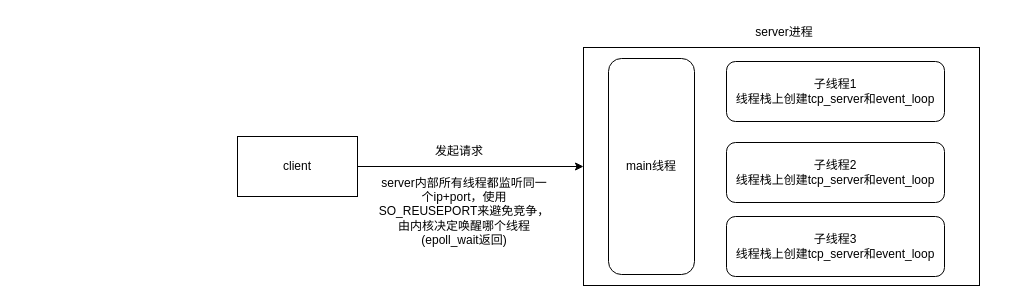
Above: page "Model-2" (3 of 6) of docs/easy_net.drawio in HLhuanglang/eNET (draw.io), before the change. Source tidied: cells renumbered, new cells numbered last; positions are measured from the earlier drawing's top-left corner, leaving out a move shared by most shapes. Both pictures are drawn from the tidied source at 100%, with x=0, y=0 at pixel (237, 17).
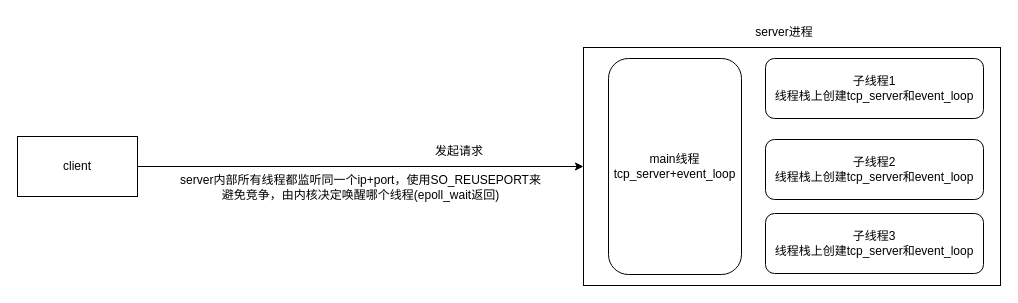
The same page after the edit.

The edit, as a diff of the source:
```diff
@@
 <mxGraphModel>
   <root>
     <mxCell id="0" />
     <mxCell id="1" parent="0" />
     <mxCell id="2" style="rounded=0;whiteSpace=wrap;html=1;shadow=0;sketch=0;" parent="1" vertex="1">
-      <mxGeometry x="346" y="30" width="396" height="238" as="geometry" />
+      <mxGeometry x="346" y="30" width="417" height="238" as="geometry" />
     </mxCell>
     <mxCell id="3" value="server进程" style="text;html=1;strokeColor=none;fillColor=none;align=center;verticalAlign=middle;whiteSpace=wrap;rounded=0;shadow=0;sketch=0;" parent="1" vertex="1">
       <mxGeometry x="517" width="60" height="30" as="geometry" />
     </mxCell>
-    <mxCell id="4" value="main线程" style="rounded=1;whiteSpace=wrap;html=1;shadow=0;sketch=0;" parent="1" vertex="1">
-      <mxGeometry x="371" y="41" width="86" height="216" as="geometry" />
+    <mxCell id="4" value="main线程&lt;br&gt;tcp_server+event_loop" style="rounded=1;whiteSpace=wrap;html=1;shadow=0;sketch=0;" parent="1" vertex="1">
+      <mxGeometry x="371" y="41" width="133" height="216" as="geometry" />
     </mxCell>
     <mxCell id="5" value="子线程1&lt;br&gt;线程栈上创建tcp_server和event_loop" style="rounded=1;whiteSpace=wrap;html=1;shadow=0;sketch=0;" parent="1" vertex="1">
-      <mxGeometry x="489" y="44" width="218" height="60" as="geometry" />
+      <mxGeometry x="528" y="41" width="218" height="60" as="geometry" />
     </mxCell>
     <mxCell id="6" value="子线程2&lt;br&gt;线程栈上创建tcp_server和event_loop" style="rounded=1;whiteSpace=wrap;html=1;shadow=0;sketch=0;" parent="1" vertex="1">
-      <mxGeometry x="489" y="125" width="218" height="60" as="geometry" />
+      <mxGeometry x="528" y="122" width="218" height="60" as="geometry" />
     </mxCell>
     <mxCell id="7" value="子线程3&lt;br&gt;线程栈上创建tcp_server和event_loop" style="rounded=1;whiteSpace=wrap;html=1;shadow=0;sketch=0;" parent="1" vertex="1">
-      <mxGeometry x="489" y="199" width="218" height="60" as="geometry" />
+      <mxGeometry x="528" y="196" width="218" height="60" as="geometry" />
     </mxCell>
     <mxCell id="8" style="edgeStyle=none;html=1;entryX=0;entryY=0.5;entryDx=0;entryDy=0;" parent="1" edge="1" source="9" target="2">
       <mxGeometry relative="1" as="geometry" />
     </mxCell>
     <mxCell id="9" value="client" style="rounded=0;whiteSpace=wrap;html=1;shadow=0;sketch=0;" parent="1" vertex="1">
-      <mxGeometry y="119" width="120" height="60" as="geometry" />
+      <mxGeometry x="-220" y="119" width="120" height="60" as="geometry" />
     </mxCell>
     <mxCell id="10" value="发起请求" style="text;html=1;strokeColor=none;fillColor=none;align=center;verticalAlign=middle;whiteSpace=wrap;rounded=0;shadow=0;sketch=0;" parent="1" vertex="1">
       <mxGeometry x="192" y="119" width="60" height="30" as="geometry" />
     </mxCell>
     <mxCell id="11" value="server内部所有线程都监听同一个ip+port，使用SO_REUSEPORT来避免竞争，由内核决定唤醒哪个线程(epoll_wait返回)" style="text;html=1;strokeColor=none;fillColor=none;align=center;verticalAlign=middle;whiteSpace=wrap;rounded=0;shadow=0;sketch=0;" parent="1" vertex="1">
-      <mxGeometry x="140" y="179" width="173.5" height="30" as="geometry" />
+      <mxGeometry x="-61" y="155" width="368.5" height="30" as="geometry" />
     </mxCell>
   </root>
 </mxGraphModel>
```
